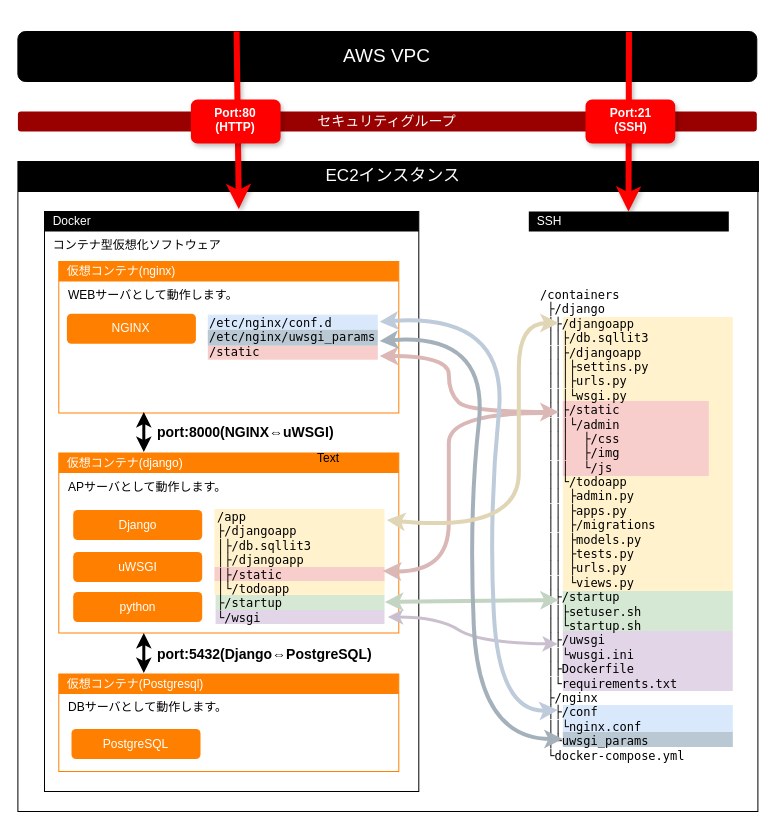
The draw.io diagram AWS研修_EC2イメージ図.drawio in reizo0901/Doc, before the edit. Source tidied: cells renumbered, new cells numbered last; positions are measured from the earlier drawing's top-left corner, leaving out a move shared by most shapes. Both pictures are drawn from the tidied source at 100%, with x=0, y=0 at pixel (17, 31).
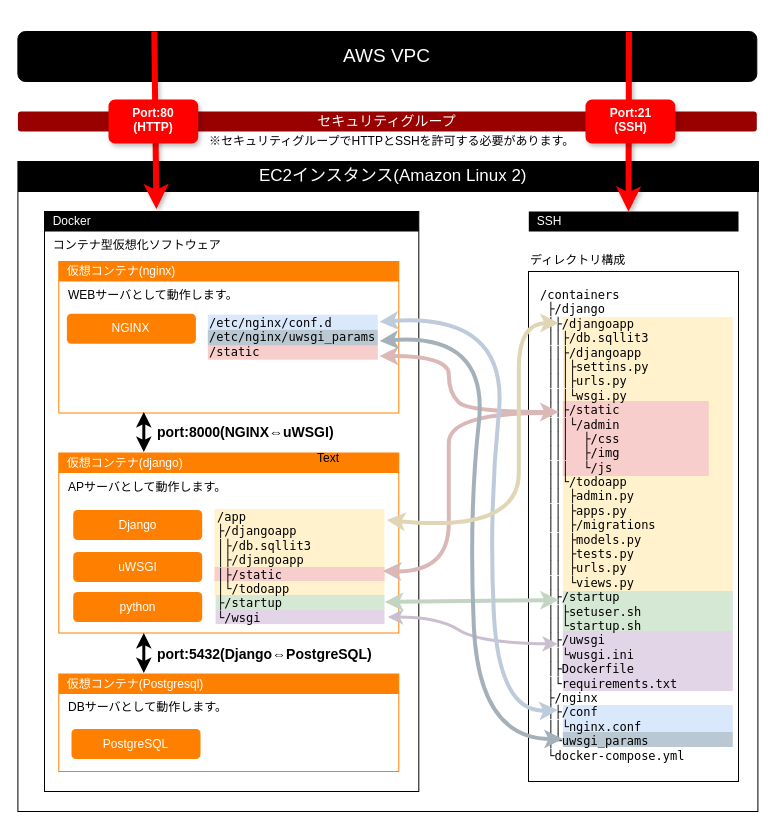
The same page after the edit.

Commit message:
AWS研修_EC2イメージ図.drawio を更新します

The change refers to these unchanged cells:
```xml
<mxCell id="11" value="AWS VPC" style="rounded=1;whiteSpace=wrap;html=1;fillColor=#000000;fontColor=#FFFFFF;fontSize=19;" parent="1" vertex="1">
  <mxGeometry x="0.4" width="738.9" height="50" as="geometry" />
</mxCell>
```

Change to the diagram source:
```diff
@@
+    <mxCell id="60" style="rounded=0;whiteSpace=wrap;html=1;" parent="1" vertex="1">
+      <mxGeometry x="511" y="240" width="210" height="510" as="geometry" />
+    </mxCell>
@@
     <mxCell id="46" value="&amp;nbsp; SSH" style="text;html=1;strokeColor=none;fillColor=#000000;align=left;verticalAlign=middle;whiteSpace=wrap;rounded=0;fontSize=12;fontStyle=0;fontColor=#FFFFFF;" parent="1" vertex="1">
-      <mxGeometry x="511.3" y="180" width="200" height="20" as="geometry" />
+      <mxGeometry x="511.3" y="180" width="209.7" height="20" as="geometry" />
     </mxCell>
@@
-    <mxCell id="51" value="&amp;nbsp; EC2インスタンス" style="text;html=1;strokeColor=default;fillColor=#000000;align=center;verticalAlign=middle;whiteSpace=wrap;rounded=0;fontSize=17;fontStyle=0;fontColor=#FFFFFF;" parent="1" vertex="1">
+    <mxCell id="51" value="&amp;nbsp; EC2インスタンス(Amazon Linux 2)" style="text;html=1;strokeColor=default;fillColor=#000000;align=center;verticalAlign=middle;whiteSpace=wrap;rounded=0;fontSize=17;fontStyle=0;fontColor=#FFFFFF;" parent="1" vertex="1">
       <mxGeometry x="1" y="130" width="740" height="30" as="geometry" />
     </mxCell>
@@
-    <mxCell id="53" style="endArrow=none;startArrow=classic;html=1;rounded=0;strokeWidth=6;strokeColor=#FF0000;shadow=1;exitX=0.455;exitY=-0.12;exitDx=0;exitDy=0;exitPerimeter=0;endFill=0;entryX=0.296;entryY=0;entryDx=0;entryDy=0;entryPerimeter=0;" parent="1" edge="1" target="11">
+    <mxCell id="53" style="endArrow=none;startArrow=classic;html=1;rounded=0;strokeWidth=6;strokeColor=#FF0000;shadow=1;exitX=0.455;exitY=-0.12;exitDx=0;exitDy=0;exitPerimeter=0;endFill=0;entryX=0.296;entryY=0;entryDx=0;entryDy=0;entryPerimeter=0;" parent="1" edge="1">
       <mxGeometry relative="1" as="geometry">
-        <mxPoint x="221.3" y="177.6" as="sourcePoint" />
+        <mxPoint x="138.9" y="177.6" as="sourcePoint" />
+        <mxPoint x="136.8" as="targetPoint" />
       </mxGeometry>
     </mxCell>
@@
     <mxCell id="56" style="rounded=1;whiteSpace=wrap;html=1;fillColor=#FF0000;strokeColor=none;shadow=1;" parent="1" vertex="1">
-      <mxGeometry x="173.4" y="68" width="89.7" height="44" as="geometry" />
+      <mxGeometry x="91" y="68" width="89.7" height="44" as="geometry" />
     </mxCell>
@@
     <mxCell id="58" value="Port:80&lt;br&gt;(HTTP)" style="text;html=1;strokeColor=none;fillColor=none;align=center;verticalAlign=top;whiteSpace=wrap;rounded=0;fontStyle=1;fontColor=#FFFFFF;" parent="1" vertex="1">
-      <mxGeometry x="187.2" y="68" width="62" height="40" as="geometry" />
+      <mxGeometry x="104.8" y="68" width="62" height="40" as="geometry" />
     </mxCell>
@@
+    <mxCell id="61" value="※セキュリティグループでHTTPとSSHを許可する必要があります。" style="text;html=1;strokeColor=none;fillColor=none;align=left;verticalAlign=top;whiteSpace=wrap;rounded=0;" parent="1" vertex="1">
+      <mxGeometry x="190.3" y="96" width="384.7" height="30" as="geometry" />
+    </mxCell>
+    <mxCell id="62" value="ディレクトリ構成" style="text;html=1;strokeColor=none;fillColor=none;align=left;verticalAlign=top;whiteSpace=wrap;rounded=0;" parent="1" vertex="1">
+      <mxGeometry x="511.3" y="215" width="209.7" height="20" as="geometry" />
+    </mxCell>
```
